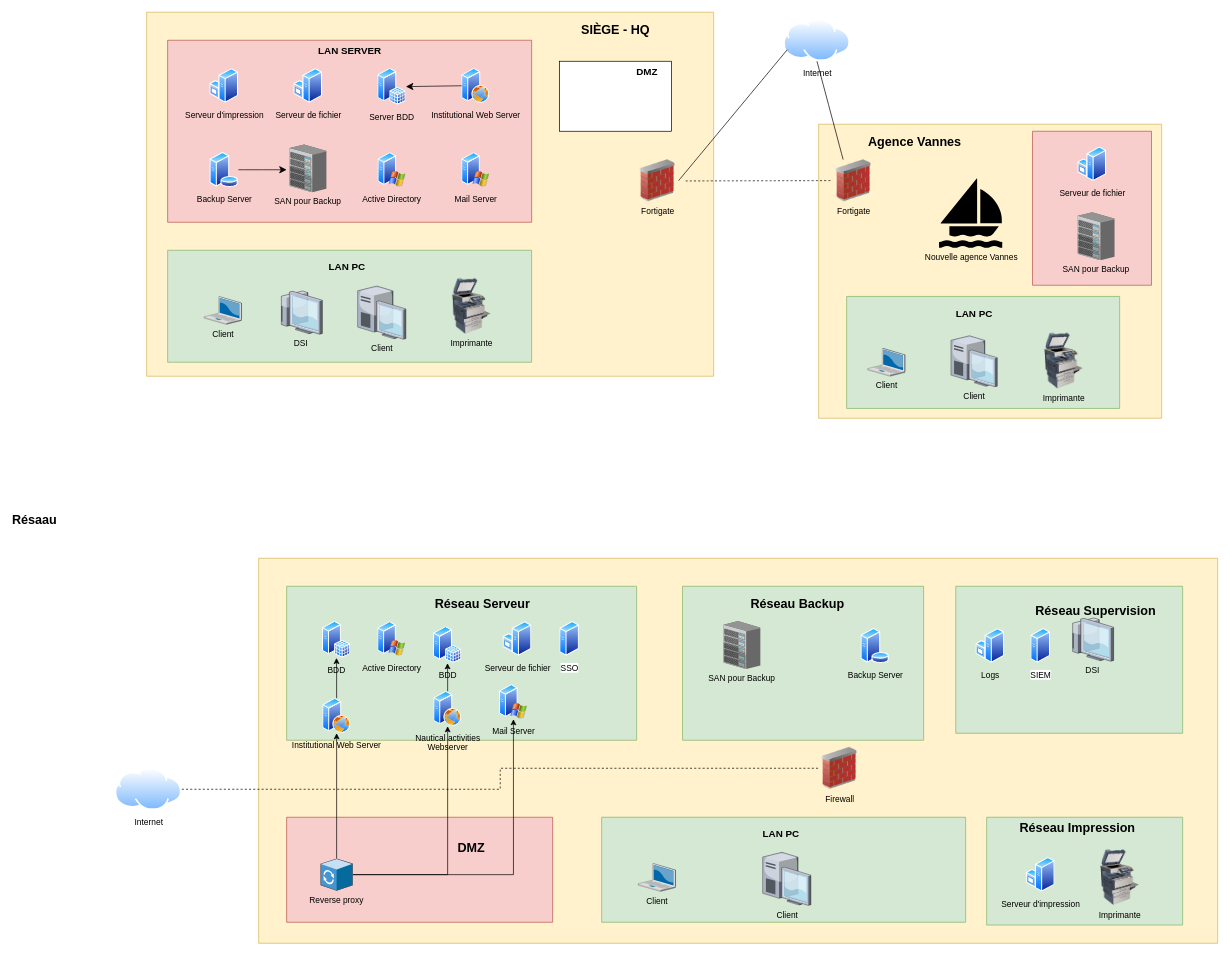
Earlier version of the draw.io diagram archi_technique.drawio (Relthdrarxash/archi_secu). Source tidied: cells renumbered, new cells numbered last; positions are measured from the earlier drawing's top-left corner, leaving out a move shared by most shapes. Both pictures are drawn from the tidied source at 70%, with x=0, y=0 at pixel (13, 12).
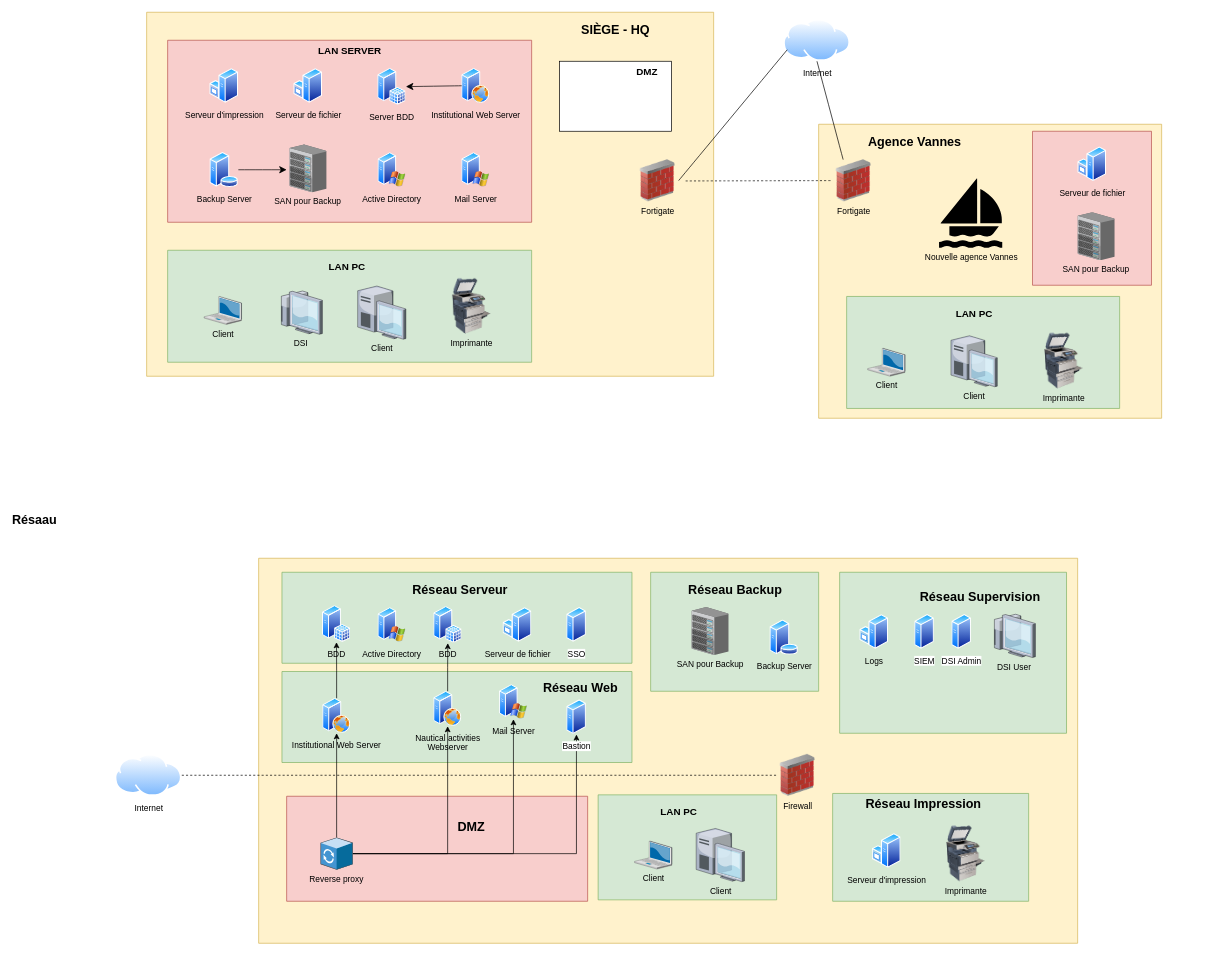
The same page after the edit.

Commit message (it also covers changes not shown here):
Mettre à jour archi_technique.drawio

Change to the diagram source:
```diff
@@
     <mxCell id="41" style="verticalLabelPosition=bottom;verticalAlign=top;html=1;shape=mxgraph.basic.rect;fillColor2=none;strokeWidth=1;size=20;indent=5;fillColor=#fff2cc;strokeColor=#d6b656;" parent="1" vertex="1">
-      <mxGeometry x="350" y="780" width="1370" height="550" as="geometry" />
+      <mxGeometry x="350" y="780" width="1170" height="550" as="geometry" />
     </mxCell>
@@
     <mxCell id="43" value="Internet" style="image;perimeter=ellipsePerimeter;html=1;align=center;shadow=0;dashed=0;spacingTop=3;image=img/lib/active_directory/internet_cloud.svg;" parent="1" vertex="1">
-      <mxGeometry x="145" y="1080" width="95.2" height="60" as="geometry" />
+      <mxGeometry x="145" y="1060" width="95.2" height="60" as="geometry" />
     </mxCell>
     <mxCell id="44" value="Firewall" style="image;html=1;image=img/lib/clip_art/networking/Firewall_02_128x128.png;labelBackgroundColor=none;" parent="1" vertex="1">
-      <mxGeometry x="1150" y="1050" width="60" height="60" as="geometry" />
+      <mxGeometry x="1090" y="1060" width="60" height="60" as="geometry" />
     </mxCell>
     <mxCell id="45" style="verticalLabelPosition=bottom;verticalAlign=top;html=1;shape=mxgraph.basic.rect;fillColor2=none;strokeWidth=1;size=20;indent=5;fillColor=#d5e8d4;strokeColor=#82b366;" parent="1" vertex="1">
-      <mxGeometry x="390" y="820" width="500" height="220" as="geometry" />
+      <mxGeometry x="383.3" y="800" width="500" height="130" as="geometry" />
     </mxCell>
@@
     <mxCell id="47" value="&lt;h2&gt;Réseau Serveur&lt;/h2&gt;" style="text;html=1;align=center;verticalAlign=middle;whiteSpace=wrap;rounded=0;" parent="1" vertex="1">
-      <mxGeometry x="550" y="830" width="240" height="30" as="geometry" />
+      <mxGeometry x="518.2" y="810" width="240" height="30" as="geometry" />
     </mxCell>
     <mxCell id="48" value="Active Directory" style="image;perimeter=ellipsePerimeter;html=1;align=center;shadow=0;dashed=0;spacingTop=3;image=img/lib/active_directory/windows_server_2.svg;labelBackgroundColor=none;" parent="1" vertex="1">
-      <mxGeometry x="520" y="870" width="40" height="50" as="geometry" />
+      <mxGeometry x="520.4" y="850" width="40" height="50" as="geometry" />
     </mxCell>
     <mxCell id="49" style="verticalLabelPosition=bottom;verticalAlign=top;html=1;shape=mxgraph.basic.rect;fillColor2=none;strokeWidth=1;size=20;indent=5;fillColor=#d5e8d4;strokeColor=#82b366;" parent="1" vertex="1">
-      <mxGeometry x="955.5" y="820" width="344.5" height="220" as="geometry" />
+      <mxGeometry x="910" y="800" width="240" height="170" as="geometry" />
     </mxCell>
     <mxCell id="50" value="BDD" style="image;perimeter=ellipsePerimeter;html=1;align=center;shadow=0;dashed=0;spacingTop=3;image=img/lib/active_directory/sql_server.svg;labelBackgroundColor=none;" parent="1" vertex="1">
-      <mxGeometry x="441" y="870" width="40.4" height="52.5" as="geometry" />
+      <mxGeometry x="441" y="847.5" width="40.4" height="52.5" as="geometry" />
     </mxCell>
     <mxCell id="51" style="verticalLabelPosition=bottom;verticalAlign=top;html=1;shape=mxgraph.basic.rect;fillColor2=none;strokeWidth=1;size=20;indent=5;fillColor=#d5e8d4;strokeColor=#82b366;" parent="1" vertex="1">
-      <mxGeometry x="1345.9" y="820" width="324.1" height="210" as="geometry" />
+      <mxGeometry x="1180" y="800" width="324.1" height="230" as="geometry" />
     </mxCell>
     <mxCell id="52" value="Serveur de fichier" style="image;perimeter=ellipsePerimeter;html=1;align=center;shadow=0;dashed=0;spacingTop=3;image=img/lib/active_directory/windows_server.svg;labelBackgroundColor=none;" parent="1" vertex="1">
-      <mxGeometry x="699" y="870" width="41" height="50" as="geometry" />
+      <mxGeometry x="699" y="850" width="41" height="50" as="geometry" />
     </mxCell>
     <mxCell id="53" value="&lt;span&gt;SSO&lt;/span&gt;" style="image;perimeter=ellipsePerimeter;html=1;align=center;shadow=0;dashed=0;spacingTop=3;image=img/lib/active_directory/generic_server.svg;" parent="1" vertex="1">
-      <mxGeometry x="780" y="870" width="28" height="50" as="geometry" />
+      <mxGeometry x="790" y="850" width="28" height="50" as="geometry" />
     </mxCell>
     <mxCell id="54" value="&lt;h2&gt;Réseau Backup&lt;/h2&gt;" style="text;html=1;align=center;verticalAlign=middle;whiteSpace=wrap;rounded=0;" parent="1" vertex="1">
-      <mxGeometry x="1000" y="830" width="240" height="30" as="geometry" />
+      <mxGeometry x="910.6" y="810" width="240" height="30" as="geometry" />
     </mxCell>
     <mxCell id="55" value="&lt;h2&gt;Réseau Supervision&lt;/h2&gt;" style="text;html=1;align=center;verticalAlign=middle;whiteSpace=wrap;rounded=0;" parent="1" vertex="1">
-      <mxGeometry x="1426.4" y="840" width="240" height="30" as="geometry" />
+      <mxGeometry x="1260.5" y="820" width="240" height="30" as="geometry" />
     </mxCell>
     <mxCell id="56" value="Logs" style="image;perimeter=ellipsePerimeter;html=1;align=center;shadow=0;dashed=0;spacingTop=3;image=img/lib/active_directory/windows_server.svg;labelBackgroundColor=none;" parent="1" vertex="1">
-      <mxGeometry x="1374.5" y="880" width="41" height="50" as="geometry" />
+      <mxGeometry x="1208.6" y="860" width="41" height="50" as="geometry" />
     </mxCell>
     <mxCell id="57" value="&lt;span&gt;SIEM&lt;/span&gt;" style="image;perimeter=ellipsePerimeter;html=1;align=center;shadow=0;dashed=0;spacingTop=3;image=img/lib/active_directory/generic_server.svg;" parent="1" vertex="1">
-      <mxGeometry x="1453" y="880" width="28" height="50" as="geometry" />
+      <mxGeometry x="1287.1" y="860" width="28" height="50" as="geometry" />
     </mxCell>
     <mxCell id="58" value="SAN pour Backup" style="verticalLabelPosition=bottom;sketch=0;html=1;verticalAlign=top;strokeColor=none;align=center;shape=mxgraph.citrix.chassis;" parent="1" vertex="1">
-      <mxGeometry x="1014" y="870" width="52.7" height="68.1" as="geometry" />
+      <mxGeometry x="968.5" y="850" width="52.7" height="68.1" as="geometry" />
     </mxCell>
     <mxCell id="59" value="&lt;span&gt;Backup Server&lt;/span&gt;" style="image;perimeter=ellipsePerimeter;html=1;align=center;shadow=0;dashed=0;spacingTop=3;image=img/lib/active_directory/database_server.svg;labelBackgroundColor=none;" parent="1" vertex="1">
-      <mxGeometry x="1210" y="880" width="41" height="50" as="geometry" />
+      <mxGeometry x="1080" y="868.1" width="41" height="50" as="geometry" />
     </mxCell>
     <mxCell id="60" style="verticalLabelPosition=bottom;verticalAlign=top;html=1;shape=mxgraph.basic.rect;fillColor2=none;strokeWidth=1;size=20;indent=5;fillColor=#f8cecc;strokeColor=#b85450;" parent="1" vertex="1">
-      <mxGeometry x="390" y="1150" width="380" height="150" as="geometry" />
+      <mxGeometry x="390" y="1120" width="430" height="150" as="geometry" />
     </mxCell>
+    <mxCell id="81" style="verticalLabelPosition=bottom;verticalAlign=top;html=1;shape=mxgraph.basic.rect;fillColor2=none;strokeWidth=1;size=20;indent=5;fillColor=#d5e8d4;strokeColor=#82b366;" parent="1" vertex="1">
+      <mxGeometry x="383.3" y="941.8" width="500" height="130" as="geometry" />
+    </mxCell>
     <mxCell id="61" value="&lt;h2&gt;DMZ&lt;/h2&gt;" style="text;html=1;align=center;verticalAlign=middle;whiteSpace=wrap;rounded=0;" parent="1" vertex="1">
-      <mxGeometry x="624" y="1179" width="60" height="30" as="geometry" />
+      <mxGeometry x="624" y="1149" width="60" height="30" as="geometry" />
     </mxCell>
@@
     <mxCell id="66" value="BDD" style="image;perimeter=ellipsePerimeter;html=1;align=center;shadow=0;dashed=0;spacingTop=3;image=img/lib/active_directory/sql_server.svg;labelBackgroundColor=none;" parent="1" vertex="1">
-      <mxGeometry x="599.6" y="877.5" width="40.4" height="52.5" as="geometry" />
+      <mxGeometry x="600" y="848.8" width="40.4" height="52.5" as="geometry" />
     </mxCell>
@@
+    <mxCell id="82" style="edgeStyle=orthogonalEdgeStyle;rounded=0;jettySize=auto;html=1;" parent="1" edge="1" source="71" target="84">
+      <mxGeometry relative="1" as="geometry" />
+    </mxCell>
     <mxCell id="71" value="Reverse proxy" style="shadow=0;dashed=0;html=1;labelPosition=center;verticalLabelPosition=bottom;verticalAlign=top;align=center;outlineConnect=0;shape=mxgraph.veeam.3d.proxy;" parent="1" vertex="1">
-      <mxGeometry x="438.4" y="1209" width="46" height="46" as="geometry" />
+      <mxGeometry x="438.4" y="1179" width="46" height="46" as="geometry" />
     </mxCell>
     <mxCell id="72" style="verticalLabelPosition=bottom;verticalAlign=top;html=1;shape=mxgraph.basic.rect;fillColor2=none;strokeWidth=1;size=20;indent=5;fillColor=#d5e8d4;strokeColor=#82b366;" parent="1" vertex="1">
-      <mxGeometry x="1390" y="1150" width="280" height="154" as="geometry" />
+      <mxGeometry x="1170" y="1116" width="280" height="154" as="geometry" />
     </mxCell>
     <mxCell id="73" value="&lt;h2&gt;Réseau Impression&lt;/h2&gt;" style="text;html=1;align=center;verticalAlign=middle;whiteSpace=wrap;rounded=0;" parent="1" vertex="1">
-      <mxGeometry x="1400" y="1150" width="240" height="30" as="geometry" />
+      <mxGeometry x="1180" y="1116" width="240" height="30" as="geometry" />
     </mxCell>
     <mxCell id="74" value="Serveur d'impression" style="image;perimeter=ellipsePerimeter;html=1;align=center;shadow=0;dashed=0;spacingTop=3;image=img/lib/active_directory/windows_server.svg;labelBackgroundColor=none;" parent="1" vertex="1">
-      <mxGeometry x="1446.5" y="1207" width="41" height="50" as="geometry" />
+      <mxGeometry x="1226.5" y="1173" width="41" height="50" as="geometry" />
     </mxCell>
     <mxCell id="75" style="verticalLabelPosition=bottom;verticalAlign=top;html=1;shape=mxgraph.basic.rect;fillColor2=none;strokeWidth=1;size=20;indent=5;fillColor=#d5e8d4;strokeColor=#82b366;" parent="1" vertex="1">
-      <mxGeometry x="840" y="1150" width="520" height="150" as="geometry" />
+      <mxGeometry x="835" y="1118" width="255" height="150" as="geometry" />
     </mxCell>
     <mxCell id="76" value="Imprimante" style="image;html=1;image=img/lib/clip_art/computers/Printer_Commercial_128x128.png;labelBackgroundColor=none;" parent="1" vertex="1">
-      <mxGeometry x="1540" y="1196" width="80" height="80" as="geometry" />
+      <mxGeometry x="1320" y="1162" width="80" height="80" as="geometry" />
     </mxCell>
     <mxCell id="77" value="Client" style="verticalLabelPosition=bottom;sketch=0;html=1;verticalAlign=top;strokeColor=none;align=center;shape=mxgraph.citrix.laptop_2;labelBackgroundColor=none;" parent="1" vertex="1">
-      <mxGeometry x="892" y="1216" width="53.6" height="40" as="geometry" />
+      <mxGeometry x="887" y="1184" width="53.6" height="40" as="geometry" />
     </mxCell>
     <mxCell id="78" value="&lt;h3&gt;LAN PC&lt;/h3&gt;" style="text;html=1;align=center;verticalAlign=middle;whiteSpace=wrap;rounded=0;" parent="1" vertex="1">
-      <mxGeometry x="1053.7" y="1159" width="84.5" height="30" as="geometry" />
+      <mxGeometry x="907.8" y="1127" width="84.5" height="30" as="geometry" />
     </mxCell>
     <mxCell id="79" value="Client" style="verticalLabelPosition=bottom;sketch=0;html=1;verticalAlign=top;strokeColor=none;align=center;shape=mxgraph.citrix.desktop;" parent="1" vertex="1">
-      <mxGeometry x="1070" y="1200" width="69" height="76" as="geometry" />
+      <mxGeometry x="975" y="1166" width="69" height="76" as="geometry" />
     </mxCell>
-    <mxCell id="80" value="DSI" style="verticalLabelPosition=bottom;sketch=0;html=1;verticalAlign=top;strokeColor=none;align=center;shape=mxgraph.citrix.thin_client;" parent="1" vertex="1">
-      <mxGeometry x="1509.6" y="865.3" width="61.8" height="61.8" as="geometry" />
+    <mxCell id="80" value="DSI User" style="verticalLabelPosition=bottom;sketch=0;html=1;verticalAlign=top;strokeColor=none;align=center;shape=mxgraph.citrix.thin_client;" parent="1" vertex="1">
+      <mxGeometry x="1397.8" y="860" width="61.8" height="61.8" as="geometry" />
     </mxCell>
+    <mxCell id="83" value="DSI Admin" style="image;perimeter=ellipsePerimeter;html=1;align=center;shadow=0;dashed=0;spacingTop=3;image=img/lib/active_directory/generic_server.svg;" parent="1" vertex="1">
+      <mxGeometry x="1340.1" y="860" width="28" height="50" as="geometry" />
+    </mxCell>
+    <mxCell id="84" value="&lt;span&gt;Bastion&lt;/span&gt;" style="image;perimeter=ellipsePerimeter;html=1;align=center;shadow=0;dashed=0;spacingTop=3;image=img/lib/active_directory/generic_server.svg;" parent="1" vertex="1">
+      <mxGeometry x="790" y="981.8" width="28" height="50" as="geometry" />
+    </mxCell>
+    <mxCell id="85" value="&lt;h2&gt;Réseau Web&lt;/h2&gt;" style="text;html=1;align=center;verticalAlign=middle;whiteSpace=wrap;rounded=0;" parent="1" vertex="1">
+      <mxGeometry x="750" y="950" width="120" height="30" as="geometry" />
+    </mxCell>
```
